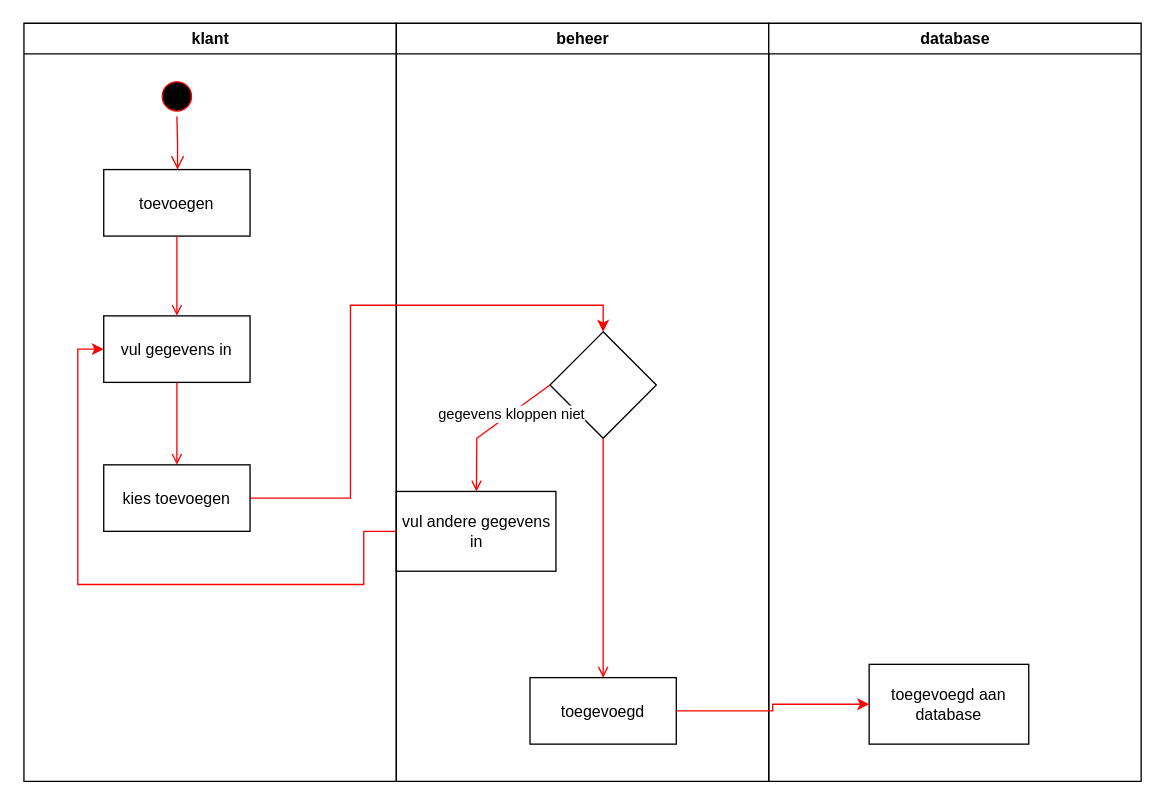
Above: documentatie/image/activity diagram/activity diagram beheer.drawio in JesseTenThije/CCSB (draw.io), before the change. Source tidied: cells renumbered, new cells numbered last; positions are measured from the earlier drawing's top-left corner, leaving out a move shared by most shapes. Both pictures are drawn from the tidied source at 133%, with x=0, y=0 at pixel (23, 23).
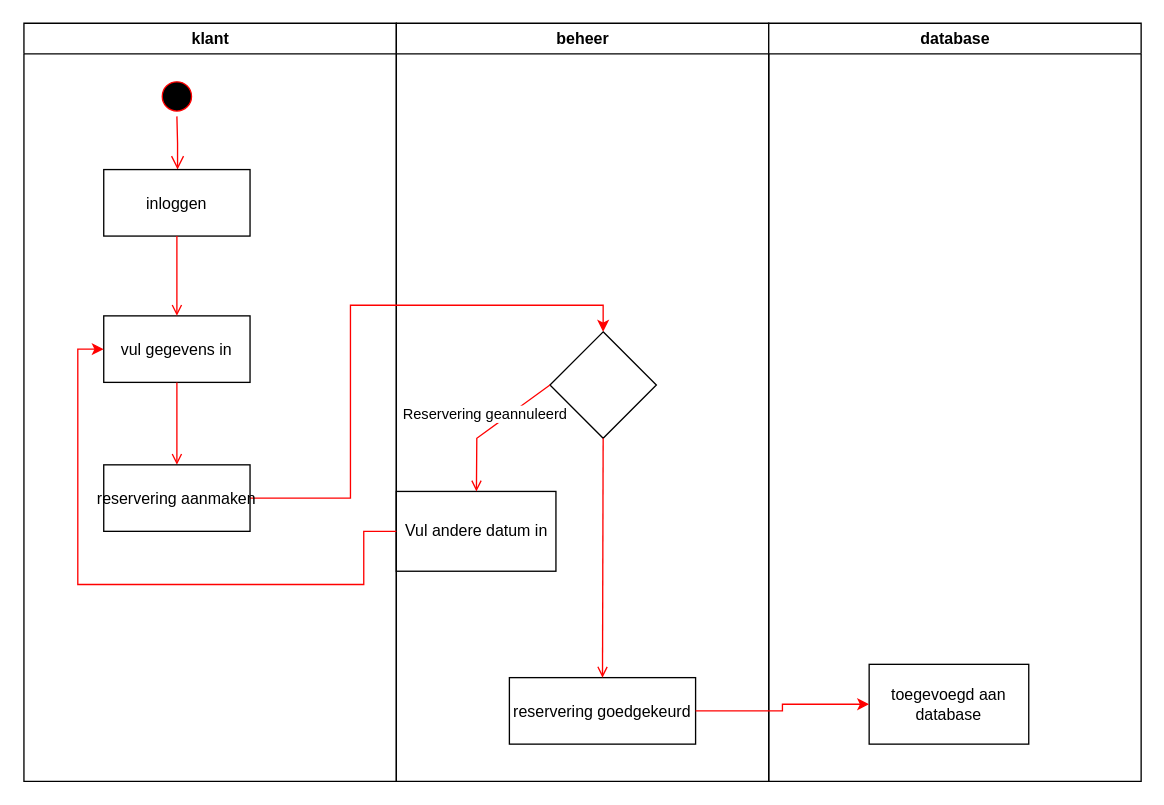
The same page after the edit.

Commit message (it also covers changes not shown here):
Activity diagram reserveringen

The change refers to these unchanged cells:
```xml
<mxCell id="2" value="klant" style="swimlane;whiteSpace=wrap;" parent="1" vertex="1">
  <mxGeometry x="0.5" width="280" height="570" as="geometry" />
</mxCell>
<mxCell id="8" value="beheer" style="swimlane;whiteSpace=wrap;" parent="1" vertex="1">
  <mxGeometry x="280.5" width="280" height="570" as="geometry" />
</mxCell>
<mxCell id="13" style="endArrow=open;strokeColor=#FF0000;endFill=1;rounded=0;exitX=0;exitY=0.5;exitDx=0;exitDy=0;" parent="8" edge="1" source="10" target="12">
  <mxGeometry relative="1" as="geometry">
    <Array as="points">
      <mxPoint x="60.5" y="312" />
    </Array>
  </mxGeometry>
</mxCell>
```

What changed in the source:
```diff
@@
-    <mxCell id="5" value="toevoegen" parent="2" vertex="1">
+    <mxCell id="5" value="inloggen" parent="2" vertex="1">
       <mxGeometry x="60" y="110" width="110" height="50" as="geometry" />
     </mxCell>
@@
-    <mxCell id="9" value="toegevoegd" parent="8" vertex="1">
-      <mxGeometry x="100.5" y="492" width="110" height="50" as="geometry" />
+    <mxCell id="9" value="reservering goedgekeurd" parent="8" vertex="1">
+      <mxGeometry x="85" y="492" width="140" height="50" as="geometry" />
     </mxCell>
@@
-    <mxCell id="12" value="vul andere gegevens in" style="rounded=0;whiteSpace=wrap;html=1;" parent="8" vertex="1">
+    <mxCell id="12" value="Vul andere datum in" style="rounded=0;whiteSpace=wrap;html=1;" parent="8" vertex="1">
       <mxGeometry y="352" width="120" height="60" as="geometry" />
     </mxCell>
@@
-    <mxCell id="14" value="gegevens kloppen niet" style="edgeLabel;html=1;align=center;verticalAlign=middle;" parent="13" vertex="1">
-      <mxGeometry x="-0.31" relative="1" as="geometry" />
+    <mxCell id="14" value="Reservering geannuleerd" style="edgeLabel;html=1;align=center;verticalAlign=middle;" parent="13" vertex="1">
+      <mxGeometry x="-0.31" relative="1" as="geometry">
+        <mxPoint x="-20" as="offset" />
+      </mxGeometry>
     </mxCell>
@@
-    <mxCell id="20" value="kies toevoegen" parent="1" vertex="1">
+    <mxCell id="20" value="reservering aanmaken" parent="1" vertex="1">
       <mxGeometry x="60.5" y="332" width="110" height="50" as="geometry" />
     </mxCell>
```
